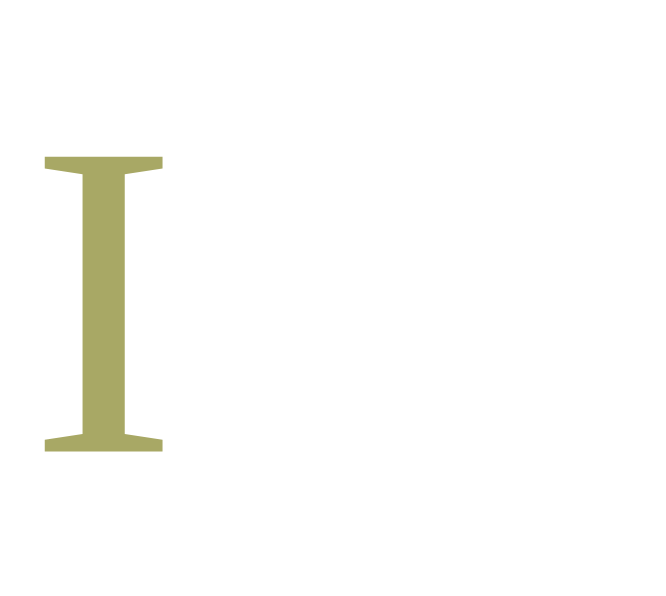
eduardopenag/I4Intelligence keeps this draw.io diagram as page "I_logo" (1 of 2) of I4Intelligence.drawio. Above is the earlier version. Source tidied: cells renumbered, new cells numbered last; positions are measured from the earlier drawing's top-left corner, leaving out a move shared by most shapes. Both pictures are drawn from the tidied source at 150%, with x=0, y=0 at pixel (26, 26).
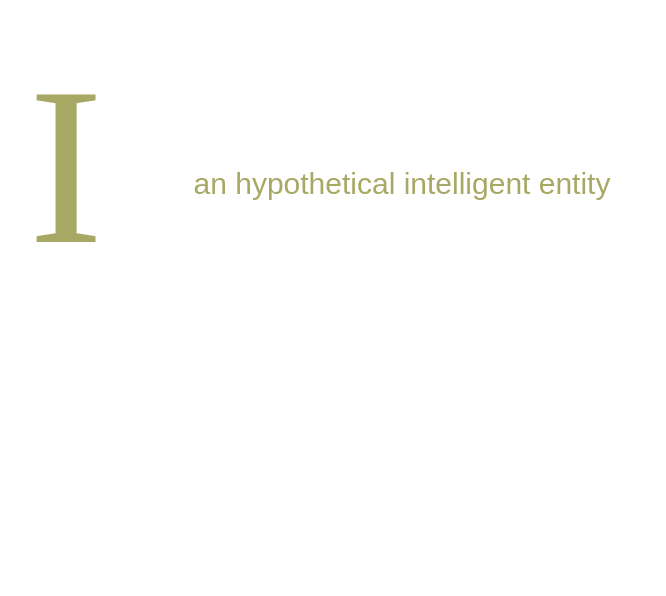
The same diagram, later.

Change to the diagram source:
```diff
@@
 <mxGraphModel>
   <root>
     <mxCell id="0" />
     <mxCell id="1" parent="0" />
-    <mxCell id="2" value="&lt;font style=&quot;font-size: 300px&quot; face=&quot;Garamond&quot; color=&quot;#A8A865&quot;&gt;I&lt;/font&gt;" style="text;html=1;align=left;verticalAlign=top;spacingTop=-4;" parent="1" vertex="1">
-      <mxGeometry width="120" height="90" as="geometry" />
+    <mxCell id="2" value="&lt;font style=&quot;font-size: 150px&quot; face=&quot;Garamond&quot; color=&quot;#A8A865&quot;&gt;I&lt;/font&gt;" style="text;html=1;align=left;verticalAlign=top;spacingTop=-4;" parent="1" vertex="1">
+      <mxGeometry width="70" height="50" as="geometry" />
     </mxCell>
+    <mxCell id="3" value="&lt;font style=&quot;font-size: 20px&quot; color=&quot;#A8A865&quot;&gt;an hypothetical intelligent entity&amp;nbsp; &lt;/font&gt;" style="text;html=1;align=left;verticalAlign=top;spacingTop=-4;" parent="1" vertex="1">
+      <mxGeometry x="110" y="90" width="300" height="20" as="geometry" />
+    </mxCell>
   </root>
 </mxGraphModel>
```
